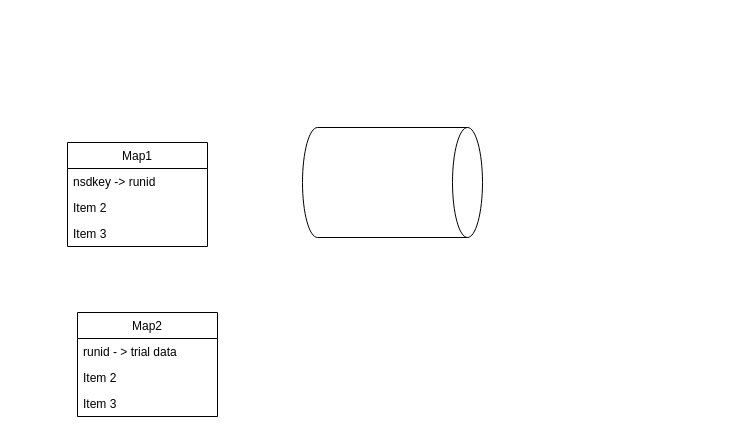
The draw.io diagram Untitled Diagram.drawio in rbadagandi1/chandra-demo, before the edit. Source tidied: cells renumbered, new cells numbered last; positions are measured from the earlier drawing's top-left corner, leaving out a move shared by most shapes. Both pictures are drawn from the tidied source at 100%, with x=0, y=0 at pixel (67, 92).
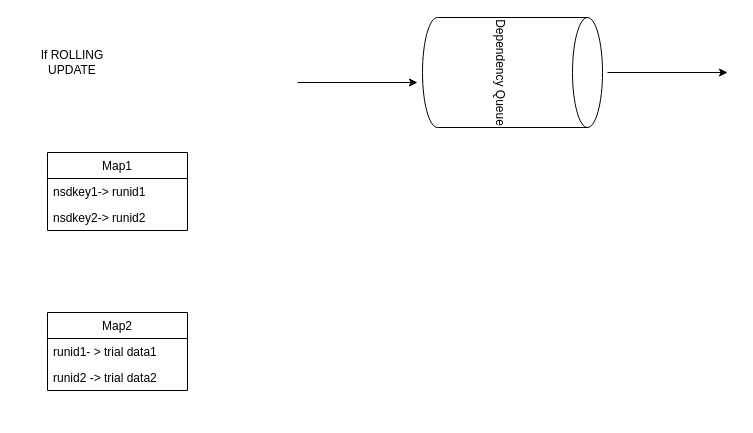
Above is the later version.

Diff of the diagram source:
```diff
@@
 <mxGraphModel>
   <root>
     <mxCell id="0" />
     <mxCell id="1" parent="0" />
-    <mxCell id="2" style="shape=cylinder3;whiteSpace=wrap;html=1;boundedLbl=1;backgroundOutline=1;size=15;rotation=90;" parent="1" vertex="1">
-      <mxGeometry x="270" width="110" height="180" as="geometry" />
+    <mxCell id="2" value="Dependency Queue" style="shape=cylinder3;whiteSpace=wrap;html=1;boundedLbl=1;backgroundOutline=1;size=15;rotation=90;" parent="1" vertex="1">
+      <mxGeometry x="390" y="-110" width="110" height="180" as="geometry" />
     </mxCell>
     <mxCell id="3" value="Map1" style="swimlane;fontStyle=0;horizontal=1;startSize=26;" parent="1" vertex="1">
-      <mxGeometry y="50" width="140" height="104" as="geometry" />
+      <mxGeometry x="-20" y="60" width="140" height="78" as="geometry" />
     </mxCell>
-    <mxCell id="4" value="nsdkey -&gt; runid" style="text;strokeColor=none;fillColor=none;align=left;verticalAlign=top;spacingLeft=4;spacingRight=4;overflow=hidden;" parent="3" vertex="1">
+    <mxCell id="4" value="nsdkey1-&gt; runid1" style="text;strokeColor=none;fillColor=none;align=left;verticalAlign=top;spacingLeft=4;spacingRight=4;overflow=hidden;" parent="3" vertex="1">
       <mxGeometry y="26" width="140" height="26" as="geometry" />
     </mxCell>
-    <mxCell id="5" value="Item 2" style="text;strokeColor=none;fillColor=none;align=left;verticalAlign=top;spacingLeft=4;spacingRight=4;overflow=hidden;" parent="3" vertex="1">
-      <mxGeometry y="52" width="140" height="26" as="geometry" />
-    </mxCell>
-    <mxCell id="6" value="Item 3" style="text;strokeColor=none;fillColor=none;align=left;verticalAlign=top;spacingLeft=4;spacingRight=4;overflow=hidden;" parent="3" vertex="1">
-      <mxGeometry y="78" width="140" height="26" as="geometry" />
+    <mxCell id="6" value="nsdkey2-&gt; runid2" style="text;strokeColor=none;fillColor=none;align=left;verticalAlign=top;spacingLeft=4;spacingRight=4;overflow=hidden;" parent="3" vertex="1">
+      <mxGeometry y="52" width="140" height="26" as="geometry" />
     </mxCell>
     <mxCell id="7" value="Map2" style="swimlane;fontStyle=0;horizontal=1;startSize=26;" parent="1" vertex="1">
-      <mxGeometry x="10" y="220" width="140" height="104" as="geometry" />
+      <mxGeometry x="-20" y="220" width="140" height="78" as="geometry" />
     </mxCell>
-    <mxCell id="8" value="runid - &gt; trial data" style="text;strokeColor=none;fillColor=none;align=left;verticalAlign=top;spacingLeft=4;spacingRight=4;overflow=hidden;" parent="7" vertex="1">
+    <mxCell id="8" value="runid1- &gt; trial data1" style="text;strokeColor=none;fillColor=none;align=left;verticalAlign=top;spacingLeft=4;spacingRight=4;overflow=hidden;" parent="7" vertex="1">
       <mxGeometry y="26" width="140" height="26" as="geometry" />
     </mxCell>
-    <mxCell id="9" value="Item 2" style="text;strokeColor=none;fillColor=none;align=left;verticalAlign=top;spacingLeft=4;spacingRight=4;overflow=hidden;" parent="7" vertex="1">
+    <mxCell id="9" value="runid2 -&gt; trial data2" style="text;strokeColor=none;fillColor=none;align=left;verticalAlign=top;spacingLeft=4;spacingRight=4;overflow=hidden;" parent="7" vertex="1">
       <mxGeometry y="52" width="140" height="26" as="geometry" />
     </mxCell>
-    <mxCell id="10" value="Item 3" style="text;strokeColor=none;fillColor=none;align=left;verticalAlign=top;spacingLeft=4;spacingRight=4;overflow=hidden;" parent="7" vertex="1">
-      <mxGeometry y="78" width="140" height="26" as="geometry" />
-    </mxCell>
+    <mxCell id="11" style="endArrow=classic;html=1;" parent="1" edge="1">
+      <mxGeometry relative="1" as="geometry">
+        <mxPoint x="230" y="-10" as="sourcePoint" />
+        <mxPoint x="350" y="-10" as="targetPoint" />
+      </mxGeometry>
+    </mxCell>
+    <mxCell id="12" style="endArrow=classic;html=1;" parent="1" edge="1">
+      <mxGeometry relative="1" as="geometry">
+        <mxPoint x="540" y="-20" as="sourcePoint" />
+        <mxPoint x="660" y="-20" as="targetPoint" />
+      </mxGeometry>
+    </mxCell>
+    <mxCell id="13" value="If ROLLING UPDATE" style="text;html=1;strokeColor=none;fillColor=none;align=center;verticalAlign=middle;whiteSpace=wrap;rounded=0;" parent="1" vertex="1">
+      <mxGeometry x="-50" y="-40" width="110" height="20" as="geometry" />
+    </mxCell>
   </root>
 </mxGraphModel>
```
